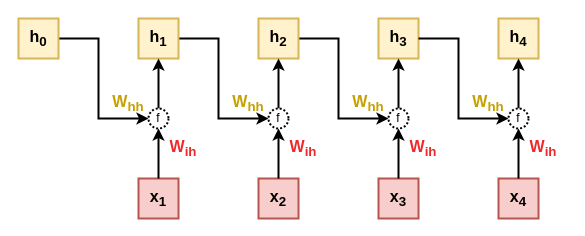
jeremiedecock/snippets keeps this draw.io diagram as python/pytorch/assets/rnn_matrix.drawio. Above is the earlier version. Source tidied: cells renumbered, new cells numbered last; positions are measured from the earlier drawing's top-left corner, leaving out a move shared by most shapes. Both pictures are drawn from the tidied source at 100%, with x=0, y=0 at pixel (18, 18).
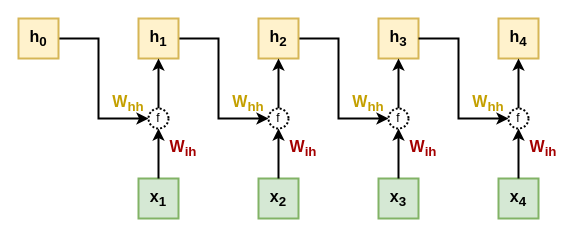
The same diagram, later.

Change to the diagram source:
```diff
@@
-    <mxCell id="5" value="&lt;font style=&quot;font-size: 16px;&quot;&gt;&lt;b&gt;x&lt;sub&gt;1&lt;/sub&gt;&lt;/b&gt;&lt;/font&gt;" style="rounded=0;whiteSpace=wrap;html=1;strokeWidth=2;fillColor=#f8cecc;strokeColor=#b85450;" parent="1" vertex="1">
+    <mxCell id="5" value="&lt;font style=&quot;font-size: 16px;&quot;&gt;&lt;b&gt;x&lt;sub&gt;1&lt;/sub&gt;&lt;/b&gt;&lt;/font&gt;" style="rounded=0;whiteSpace=wrap;html=1;strokeWidth=2;fillColor=#d5e8d4;strokeColor=#82b366;" parent="1" vertex="1">
       <mxGeometry x="120" y="160" width="40" height="40" as="geometry" />
     </mxCell>
@@
-    <mxCell id="13" value="&lt;font style=&quot;font-size: 16px;&quot;&gt;&lt;b&gt;x&lt;sub&gt;2&lt;/sub&gt;&lt;/b&gt;&lt;/font&gt;" style="rounded=0;whiteSpace=wrap;html=1;strokeWidth=2;fillColor=#f8cecc;strokeColor=#b85450;" parent="1" vertex="1">
+    <mxCell id="13" value="&lt;font style=&quot;font-size: 16px;&quot;&gt;&lt;b&gt;x&lt;sub&gt;2&lt;/sub&gt;&lt;/b&gt;&lt;/font&gt;" style="rounded=0;whiteSpace=wrap;html=1;strokeWidth=2;fillColor=#d5e8d4;strokeColor=#82b366;" parent="1" vertex="1">
       <mxGeometry x="240" y="160" width="40" height="40" as="geometry" />
     </mxCell>
@@
-    <mxCell id="18" value="&lt;font style=&quot;font-size: 16px;&quot;&gt;&lt;b&gt;x&lt;sub&gt;3&lt;/sub&gt;&lt;/b&gt;&lt;/font&gt;" style="rounded=0;whiteSpace=wrap;html=1;strokeWidth=2;fillColor=#f8cecc;strokeColor=#b85450;" parent="1" vertex="1">
+    <mxCell id="18" value="&lt;font style=&quot;font-size: 16px;&quot;&gt;&lt;b&gt;x&lt;sub&gt;3&lt;/sub&gt;&lt;/b&gt;&lt;/font&gt;" style="rounded=0;whiteSpace=wrap;html=1;strokeWidth=2;fillColor=#d5e8d4;strokeColor=#82b366;" parent="1" vertex="1">
       <mxGeometry x="360" y="160" width="40" height="40" as="geometry" />
     </mxCell>
@@
-    <mxCell id="24" value="&lt;font style=&quot;font-size: 16px;&quot;&gt;&lt;b&gt;x&lt;sub&gt;4&lt;/sub&gt;&lt;/b&gt;&lt;/font&gt;" style="rounded=0;whiteSpace=wrap;html=1;strokeWidth=2;fillColor=#f8cecc;strokeColor=#b85450;" parent="1" vertex="1">
+    <mxCell id="24" value="&lt;font style=&quot;font-size: 16px;&quot;&gt;&lt;b&gt;x&lt;sub&gt;4&lt;/sub&gt;&lt;/b&gt;&lt;/font&gt;" style="rounded=0;whiteSpace=wrap;html=1;strokeWidth=2;fillColor=#d5e8d4;strokeColor=#82b366;" parent="1" vertex="1">
       <mxGeometry x="480" y="160" width="40" height="40" as="geometry" />
     </mxCell>
@@
-    <mxCell id="28" value="&lt;font color=&quot;#ef2929&quot; style=&quot;font-size: 16px;&quot;&gt;&lt;b&gt;W&lt;sub&gt;ih&lt;/sub&gt;&lt;/b&gt;&lt;/font&gt;" style="text;html=1;align=center;verticalAlign=middle;whiteSpace=wrap;rounded=0;" parent="1" vertex="1">
+    <mxCell id="28" value="&lt;font color=&quot;#a40000&quot; style=&quot;font-size: 16px;&quot;&gt;&lt;b&gt;W&lt;sub&gt;ih&lt;/sub&gt;&lt;/b&gt;&lt;/font&gt;" style="text;html=1;align=center;verticalAlign=middle;whiteSpace=wrap;rounded=0;" parent="1" vertex="1">
       <mxGeometry x="140" y="110" width="50" height="40" as="geometry" />
     </mxCell>
@@
-    <mxCell id="30" value="&lt;font color=&quot;#ef2929&quot; style=&quot;font-size: 16px;&quot;&gt;&lt;b&gt;W&lt;sub&gt;ih&lt;/sub&gt;&lt;/b&gt;&lt;/font&gt;" style="text;html=1;align=center;verticalAlign=middle;whiteSpace=wrap;rounded=0;" parent="1" vertex="1">
+    <mxCell id="30" value="&lt;font color=&quot;#a40000&quot; style=&quot;font-size: 16px;&quot;&gt;&lt;b&gt;W&lt;sub&gt;ih&lt;/sub&gt;&lt;/b&gt;&lt;/font&gt;" style="text;html=1;align=center;verticalAlign=middle;whiteSpace=wrap;rounded=0;" parent="1" vertex="1">
       <mxGeometry x="260" y="110" width="50" height="40" as="geometry" />
     </mxCell>
@@
-    <mxCell id="32" value="&lt;font color=&quot;#ef2929&quot; style=&quot;font-size: 16px;&quot;&gt;&lt;b&gt;W&lt;sub&gt;ih&lt;/sub&gt;&lt;/b&gt;&lt;/font&gt;" style="text;html=1;align=center;verticalAlign=middle;whiteSpace=wrap;rounded=0;" parent="1" vertex="1">
+    <mxCell id="32" value="&lt;font color=&quot;#a40000&quot; style=&quot;font-size: 16px;&quot;&gt;&lt;b&gt;W&lt;sub&gt;ih&lt;/sub&gt;&lt;/b&gt;&lt;/font&gt;" style="text;html=1;align=center;verticalAlign=middle;whiteSpace=wrap;rounded=0;" parent="1" vertex="1">
       <mxGeometry x="380" y="110" width="50" height="40" as="geometry" />
     </mxCell>
@@
-    <mxCell id="34" value="&lt;font color=&quot;#ef2929&quot; style=&quot;font-size: 16px;&quot;&gt;&lt;b&gt;W&lt;sub&gt;ih&lt;/sub&gt;&lt;/b&gt;&lt;/font&gt;" style="text;html=1;align=center;verticalAlign=middle;whiteSpace=wrap;rounded=0;" parent="1" vertex="1">
+    <mxCell id="34" value="&lt;font color=&quot;#a40000&quot; style=&quot;font-size: 16px;&quot;&gt;&lt;b&gt;W&lt;sub&gt;ih&lt;/sub&gt;&lt;/b&gt;&lt;/font&gt;" style="text;html=1;align=center;verticalAlign=middle;whiteSpace=wrap;rounded=0;" parent="1" vertex="1">
       <mxGeometry x="500" y="110" width="50" height="40" as="geometry" />
     </mxCell>
```
